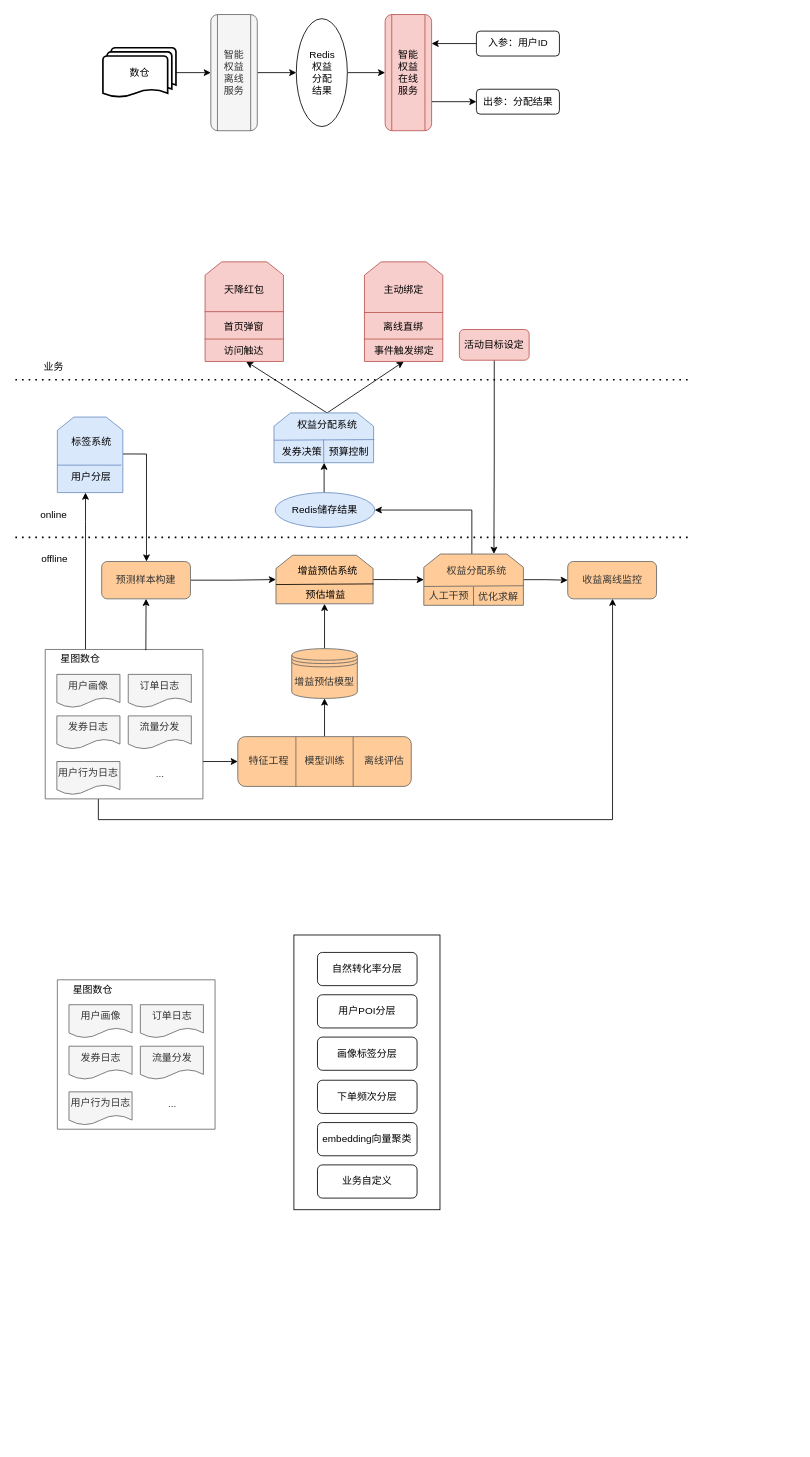
The draw.io diagram 小程序TRD.drawio in JintaiYang/drawio, before the edit. Source tidied: cells renumbered, new cells numbered last; positions are measured from the earlier drawing's top-left corner, leaving out a move shared by most shapes. Both pictures are drawn from the tidied source at 83%, with x=0, y=0 at pixel (15, 14).
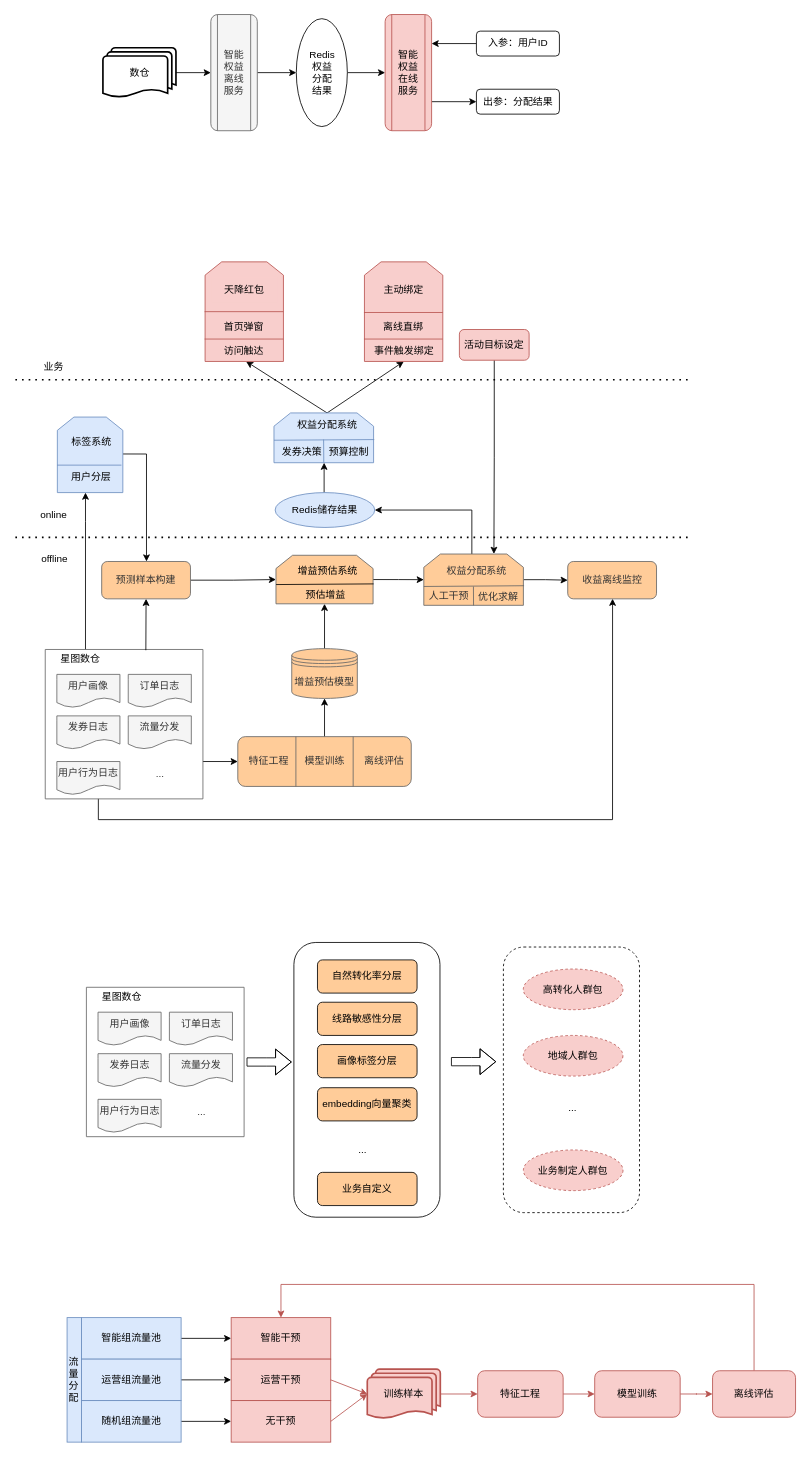
Above is the later version.

Commit message:
更新小程序TRD.drawio

Diff of the diagram source:
```diff
@@
+    <mxCell id="92" style="rounded=1;whiteSpace=wrap;html=1;glass=0;sketch=0;strokeColor=#000000;strokeWidth=1;fillColor=none;gradientColor=none;" parent="1" vertex="1">
+      <mxGeometry x="335.6" y="1118" width="176" height="331" as="geometry" />
+    </mxCell>
+    <mxCell id="99" style="rounded=1;whiteSpace=wrap;html=1;glass=0;sketch=0;strokeColor=#000000;strokeWidth=1;fillColor=none;gradientColor=none;dashed=1;" parent="1" vertex="1">
+      <mxGeometry x="588" y="1123.5" width="164" height="320" as="geometry" />
+    </mxCell>
@@
     <mxCell id="84" style="swimlane;startSize=0;rounded=1;arcSize=38;fillColor=#f5f5f5;fontColor=#333333;strokeColor=#666666;" parent="1" vertex="1">
-      <mxGeometry x="50.6" y="1163" width="190" height="180" as="geometry" />
+      <mxGeometry x="85.6" y="1172" width="190" height="180" as="geometry" />
     </mxCell>
@@
     <mxCell id="91" value="星图数仓" style="text;html=1;align=center;verticalAlign=middle;strokeColor=none;fillColor=none;" parent="1" vertex="1">
-      <mxGeometry x="57.6" y="1160" width="70" height="30" as="geometry" />
+      <mxGeometry x="92.6" y="1169" width="70" height="30" as="geometry" />
     </mxCell>
-    <mxCell id="92" style="rounded=0;whiteSpace=wrap;html=1;glass=0;sketch=0;strokeColor=#000000;strokeWidth=1;fillColor=none;gradientColor=none;" parent="1" vertex="1">
-      <mxGeometry x="335.6" y="1109" width="176" height="331" as="geometry" />
-    </mxCell>
-    <mxCell id="93" value="自然转化率分层" style="rounded=1;whiteSpace=wrap;html=1;glass=0;sketch=0;strokeColor=#000000;strokeWidth=1;fillColor=none;gradientColor=none;" parent="1" vertex="1">
-      <mxGeometry x="364" y="1130" width="120" height="40" as="geometry" />
+    <mxCell id="93" value="自然转化率分层" style="rounded=1;whiteSpace=wrap;html=1;glass=0;sketch=0;strokeColor=#000000;strokeWidth=1;fillColor=#FFCC99;gradientColor=none;" parent="1" vertex="1">
+      <mxGeometry x="364" y="1139" width="120" height="40" as="geometry" />
     </mxCell>
-    <mxCell id="94" value="用户POI分层" style="rounded=1;whiteSpace=wrap;html=1;glass=0;sketch=0;strokeColor=#000000;strokeWidth=1;fillColor=none;gradientColor=none;" parent="1" vertex="1">
-      <mxGeometry x="364" y="1181" width="120" height="40" as="geometry" />
+    <mxCell id="94" value="线路敏感性分层" style="rounded=1;whiteSpace=wrap;html=1;glass=0;sketch=0;strokeColor=#000000;strokeWidth=1;fillColor=#FFCC99;gradientColor=none;" parent="1" vertex="1">
+      <mxGeometry x="364" y="1190" width="120" height="40" as="geometry" />
     </mxCell>
-    <mxCell id="95" value="画像标签分层" style="rounded=1;whiteSpace=wrap;html=1;glass=0;sketch=0;strokeColor=#000000;strokeWidth=1;fillColor=none;gradientColor=none;" parent="1" vertex="1">
-      <mxGeometry x="364" y="1232" width="120" height="40" as="geometry" />
+    <mxCell id="95" value="画像标签分层" style="rounded=1;whiteSpace=wrap;html=1;glass=0;sketch=0;strokeColor=#000000;strokeWidth=1;fillColor=#FFCC99;gradientColor=none;" parent="1" vertex="1">
+      <mxGeometry x="364" y="1241" width="120" height="40" as="geometry" />
     </mxCell>
-    <mxCell id="96" value="下单频次分层" style="rounded=1;whiteSpace=wrap;html=1;glass=0;sketch=0;strokeColor=#000000;strokeWidth=1;fillColor=none;gradientColor=none;" parent="1" vertex="1">
-      <mxGeometry x="364" y="1284" width="120" height="40" as="geometry" />
-    </mxCell>
-    <mxCell id="97" value="embedding向量聚类" style="rounded=1;whiteSpace=wrap;html=1;glass=0;sketch=0;strokeColor=#000000;strokeWidth=1;fillColor=none;gradientColor=none;" parent="1" vertex="1">
-      <mxGeometry x="364" y="1335" width="120" height="40" as="geometry" />
+    <mxCell id="97" value="embedding向量聚类" style="rounded=1;whiteSpace=wrap;html=1;glass=0;sketch=0;strokeColor=#000000;strokeWidth=1;fillColor=#FFCC99;gradientColor=none;" parent="1" vertex="1">
+      <mxGeometry x="364" y="1293" width="120" height="40" as="geometry" />
     </mxCell>
-    <mxCell id="98" value="业务自定义" style="rounded=1;whiteSpace=wrap;html=1;glass=0;sketch=0;strokeColor=#000000;strokeWidth=1;fillColor=none;gradientColor=none;" parent="1" vertex="1">
-      <mxGeometry x="364" y="1386" width="120" height="40" as="geometry" />
+    <mxCell id="98" value="业务自定义" style="rounded=1;whiteSpace=wrap;html=1;glass=0;sketch=0;strokeColor=#000000;strokeWidth=1;fillColor=#FFCC99;gradientColor=none;" parent="1" vertex="1">
+      <mxGeometry x="364" y="1395" width="120" height="40" as="geometry" />
     </mxCell>
+    <mxCell id="100" value="高转化人群包" style="ellipse;whiteSpace=wrap;html=1;rounded=1;glass=0;dashed=1;sketch=0;strokeColor=#b85450;strokeWidth=1;fillColor=#f8cecc;" parent="1" vertex="1">
+      <mxGeometry x="612" y="1150" width="120" height="49" as="geometry" />
+    </mxCell>
+    <mxCell id="101" value="业务制定人群包" style="ellipse;whiteSpace=wrap;html=1;rounded=1;glass=0;dashed=1;sketch=0;strokeColor=#b85450;strokeWidth=1;fillColor=#f8cecc;" parent="1" vertex="1">
+      <mxGeometry x="612.1" y="1368" width="120" height="49" as="geometry" />
+    </mxCell>
+    <mxCell id="102" value="地域人群包" style="ellipse;whiteSpace=wrap;html=1;rounded=1;glass=0;dashed=1;sketch=0;strokeColor=#b85450;strokeWidth=1;fillColor=#f8cecc;" parent="1" vertex="1">
+      <mxGeometry x="612" y="1230" width="120" height="49" as="geometry" />
+    </mxCell>
+    <mxCell id="103" value="..." style="text;html=1;align=center;verticalAlign=middle;strokeColor=none;fillColor=none;" parent="1" vertex="1">
+      <mxGeometry x="656" y="1303" width="30" height="30" as="geometry" />
+    </mxCell>
+    <mxCell id="104" style="shape=flexArrow;endArrow=classic;html=1;rounded=0;strokeColor=#000000;strokeWidth=1;exitX=1;exitY=0.5;exitDx=0;exitDy=0;" parent="1" edge="1">
+      <mxGeometry relative="1" as="geometry">
+        <mxPoint x="278.6" y="1262" as="sourcePoint" />
+        <mxPoint x="333" y="1262" as="targetPoint" />
+        <Array as="points">
+          <mxPoint x="303" y="1262" />
+        </Array>
+      </mxGeometry>
+    </mxCell>
+    <mxCell id="105" style="shape=flexArrow;endArrow=classic;html=1;rounded=0;strokeColor=#000000;strokeWidth=1;exitX=1;exitY=0.5;exitDx=0;exitDy=0;" parent="1" edge="1">
+      <mxGeometry relative="1" as="geometry">
+        <mxPoint x="524.9" y="1261.6" as="sourcePoint" />
+        <mxPoint x="579.3" y="1261.6" as="targetPoint" />
+        <Array as="points">
+          <mxPoint x="549.3" y="1261.6" />
+        </Array>
+      </mxGeometry>
+    </mxCell>
+    <mxCell id="106" value="..." style="text;html=1;align=center;verticalAlign=middle;strokeColor=none;fillColor=none;" parent="1" vertex="1">
+      <mxGeometry x="403" y="1353" width="30" height="30" as="geometry" />
+    </mxCell>
+    <mxCell id="107" value="流量分配" style="rounded=0;whiteSpace=wrap;html=1;glass=0;sketch=0;strokeColor=#6c8ebf;strokeWidth=1;fillColor=#dae8fc;" parent="1" vertex="1">
+      <mxGeometry x="62.3" y="1570" width="17.4" height="150" as="geometry" />
+    </mxCell>
+    <mxCell id="108" style="edgeStyle=orthogonalEdgeStyle;rounded=0;jettySize=auto;html=1;exitX=1;exitY=0.5;exitDx=0;exitDy=0;entryX=0;entryY=0.5;entryDx=0;entryDy=0;strokeColor=#000000;strokeWidth=1;" parent="1" edge="1" source="109" target="122">
+      <mxGeometry relative="1" as="geometry" />
+    </mxCell>
+    <mxCell id="109" value="智能组流量池" style="rounded=0;whiteSpace=wrap;html=1;glass=0;sketch=0;strokeColor=#6c8ebf;strokeWidth=1;fillColor=#dae8fc;" parent="1" vertex="1">
+      <mxGeometry x="79.7" y="1570" width="120" height="50" as="geometry" />
+    </mxCell>
+    <mxCell id="110" style="edgeStyle=orthogonalEdgeStyle;rounded=0;jettySize=auto;html=1;exitX=1;exitY=0.5;exitDx=0;exitDy=0;entryX=0;entryY=0.5;entryDx=0;entryDy=0;strokeColor=#000000;strokeWidth=1;" parent="1" edge="1" source="111" target="123">
+      <mxGeometry relative="1" as="geometry" />
+    </mxCell>
+    <mxCell id="111" value="运营组流量池" style="rounded=0;whiteSpace=wrap;html=1;glass=0;sketch=0;strokeColor=#6c8ebf;strokeWidth=1;fillColor=#dae8fc;" parent="1" vertex="1">
+      <mxGeometry x="79.7" y="1620" width="120" height="50" as="geometry" />
+    </mxCell>
+    <mxCell id="112" style="edgeStyle=orthogonalEdgeStyle;rounded=0;jettySize=auto;html=1;entryX=0;entryY=0.5;entryDx=0;entryDy=0;strokeColor=#000000;strokeWidth=1;" parent="1" edge="1" source="113" target="124">
+      <mxGeometry relative="1" as="geometry" />
+    </mxCell>
+    <mxCell id="113" value="随机组流量池" style="rounded=0;whiteSpace=wrap;html=1;glass=0;sketch=0;strokeColor=#6c8ebf;strokeWidth=1;fillColor=#dae8fc;" parent="1" vertex="1">
+      <mxGeometry x="79.7" y="1670" width="120" height="50" as="geometry" />
+    </mxCell>
+    <mxCell id="114" style="edgeStyle=orthogonalEdgeStyle;rounded=0;jettySize=auto;html=1;entryX=0;entryY=0.5;entryDx=0;entryDy=0;strokeColor=#b85450;strokeWidth=1;fillColor=#f8cecc;" parent="1" edge="1" source="115" target="117">
+      <mxGeometry relative="1" as="geometry" />
+    </mxCell>
+    <mxCell id="115" value="训练样本" style="strokeWidth=2;html=1;shape=mxgraph.flowchart.multi-document;whiteSpace=wrap;rounded=1;glass=0;sketch=0;fillColor=#f8cecc;strokeColor=#b85450;" parent="1" vertex="1">
+      <mxGeometry x="424" y="1632" width="88" height="60" as="geometry" />
+    </mxCell>
+    <mxCell id="116" style="edgeStyle=orthogonalEdgeStyle;rounded=0;jettySize=auto;html=1;exitX=1;exitY=0.5;exitDx=0;exitDy=0;entryX=0;entryY=0.5;entryDx=0;entryDy=0;strokeColor=#b85450;strokeWidth=1;fillColor=#f8cecc;" parent="1" edge="1" source="117" target="119">
+      <mxGeometry relative="1" as="geometry" />
+    </mxCell>
+    <mxCell id="117" value="特征工程" style="rounded=1;whiteSpace=wrap;html=1;glass=0;sketch=0;strokeColor=#b85450;strokeWidth=1;fillColor=#f8cecc;" parent="1" vertex="1">
+      <mxGeometry x="557" y="1634" width="103" height="56" as="geometry" />
+    </mxCell>
+    <mxCell id="118" style="edgeStyle=orthogonalEdgeStyle;rounded=0;jettySize=auto;html=1;entryX=0;entryY=0.5;entryDx=0;entryDy=0;strokeColor=#b85450;strokeWidth=1;fillColor=#f8cecc;" parent="1" edge="1" source="119" target="121">
+      <mxGeometry relative="1" as="geometry" />
+    </mxCell>
+    <mxCell id="119" value="模型训练" style="rounded=1;whiteSpace=wrap;html=1;glass=0;sketch=0;strokeColor=#b85450;strokeWidth=1;fillColor=#f8cecc;" parent="1" vertex="1">
+      <mxGeometry x="698" y="1634" width="103" height="56" as="geometry" />
+    </mxCell>
+    <mxCell id="120" style="edgeStyle=orthogonalEdgeStyle;rounded=0;jettySize=auto;html=1;entryX=0.5;entryY=0;entryDx=0;entryDy=0;strokeColor=#b85450;strokeWidth=1;fillColor=#f8cecc;" parent="1" edge="1" source="121" target="122">
+      <mxGeometry relative="1" as="geometry">
+        <Array as="points">
+          <mxPoint x="890" y="1530" />
+          <mxPoint x="320" y="1530" />
+        </Array>
+      </mxGeometry>
+    </mxCell>
+    <mxCell id="121" value="离线评估" style="rounded=1;whiteSpace=wrap;html=1;glass=0;sketch=0;strokeColor=#b85450;strokeWidth=1;fillColor=#f8cecc;" parent="1" vertex="1">
+      <mxGeometry x="840" y="1634" width="100" height="56" as="geometry" />
+    </mxCell>
+    <mxCell id="122" value="智能干预" style="rounded=0;whiteSpace=wrap;html=1;glass=0;sketch=0;strokeWidth=1;fillColor=#f8cecc;strokeColor=#b85450;" parent="1" vertex="1">
+      <mxGeometry x="260" y="1570" width="120" height="50" as="geometry" />
+    </mxCell>
+    <mxCell id="123" value="运营干预" style="rounded=0;whiteSpace=wrap;html=1;glass=0;sketch=0;strokeWidth=1;fillColor=#f8cecc;strokeColor=#b85450;" parent="1" vertex="1">
+      <mxGeometry x="260" y="1620" width="120" height="50" as="geometry" />
+    </mxCell>
+    <mxCell id="124" value="无干预" style="rounded=0;whiteSpace=wrap;html=1;glass=0;sketch=0;strokeWidth=1;fillColor=#f8cecc;strokeColor=#b85450;" parent="1" vertex="1">
+      <mxGeometry x="260" y="1670" width="120" height="50" as="geometry" />
+    </mxCell>
+    <mxCell id="125" style="endArrow=classic;html=1;rounded=0;strokeColor=#b85450;strokeWidth=1;exitX=1;exitY=0.5;exitDx=0;exitDy=0;entryX=0;entryY=0.5;entryDx=0;entryDy=0;entryPerimeter=0;fillColor=#f8cecc;" parent="1" edge="1" source="123" target="115">
+      <mxGeometry relative="1" as="geometry" />
+    </mxCell>
+    <mxCell id="126" style="endArrow=classic;html=1;rounded=0;strokeColor=#b85450;strokeWidth=1;entryX=0;entryY=0.5;entryDx=0;entryDy=0;entryPerimeter=0;exitX=1;exitY=0.5;exitDx=0;exitDy=0;fillColor=#f8cecc;" parent="1" edge="1" source="124" target="115">
+      <mxGeometry relative="1" as="geometry" />
+    </mxCell>
```
